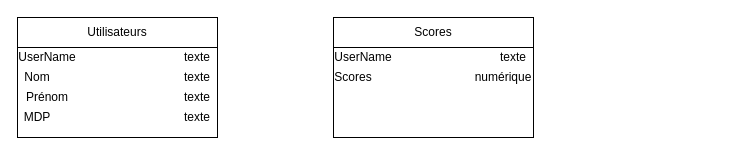
This is DOC/MCD/MCD bataille navale.drawio from JonatanPERRET/Bataille.Navale, a draw.io file, before an edit. Source tidied: cells renumbered, new cells numbered last; positions are measured from the earlier drawing's top-left corner, leaving out a move shared by most shapes. Both pictures are drawn from the tidied source at 100%, with x=0, y=0 at pixel (17, 17).
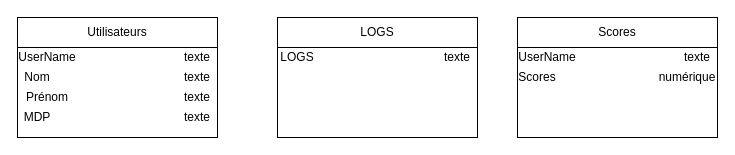
After the change.

The edit, as a diff of the source:
```diff
@@
     <mxCell id="13" style="rounded=0;whiteSpace=wrap;html=1;" parent="1" vertex="1">
-      <mxGeometry x="316" y="30" width="200" height="90" as="geometry" />
+      <mxGeometry x="500" y="30" width="200" height="90" as="geometry" />
     </mxCell>
     <mxCell id="14" style="rounded=0;whiteSpace=wrap;html=1;" parent="1" vertex="1">
-      <mxGeometry x="316" width="200" height="30" as="geometry" />
+      <mxGeometry x="500" width="200" height="30" as="geometry" />
     </mxCell>
     <mxCell id="15" value="Scores" style="text;html=1;strokeColor=none;fillColor=none;align=center;verticalAlign=middle;whiteSpace=wrap;rounded=0;" parent="1" vertex="1">
-      <mxGeometry x="396" y="5" width="40" height="20" as="geometry" />
+      <mxGeometry x="580" y="5" width="40" height="20" as="geometry" />
     </mxCell>
     <mxCell id="16" value="UserName" style="text;html=1;strokeColor=none;fillColor=none;align=center;verticalAlign=middle;whiteSpace=wrap;rounded=0;" parent="1" vertex="1">
-      <mxGeometry x="326" y="30" width="40" height="20" as="geometry" />
+      <mxGeometry x="510" y="30" width="40" height="20" as="geometry" />
     </mxCell>
     <mxCell id="17" value="Scores" style="text;html=1;strokeColor=none;fillColor=none;align=center;verticalAlign=middle;whiteSpace=wrap;rounded=0;" parent="1" vertex="1">
-      <mxGeometry x="316" y="50" width="40" height="20" as="geometry" />
+      <mxGeometry x="500" y="50" width="40" height="20" as="geometry" />
     </mxCell>
     <mxCell id="18" value="texte" style="text;html=1;strokeColor=none;fillColor=none;align=center;verticalAlign=middle;whiteSpace=wrap;rounded=0;" parent="1" vertex="1">
-      <mxGeometry x="476" y="30" width="40" height="20" as="geometry" />
+      <mxGeometry x="660" y="30" width="40" height="20" as="geometry" />
     </mxCell>
     <mxCell id="19" value="numérique" style="text;html=1;strokeColor=none;fillColor=none;align=center;verticalAlign=middle;whiteSpace=wrap;rounded=0;" parent="1" vertex="1">
-      <mxGeometry x="466" y="50" width="40" height="20" as="geometry" />
+      <mxGeometry x="650" y="50" width="40" height="20" as="geometry" />
     </mxCell>
+    <mxCell id="20" style="rounded=0;whiteSpace=wrap;html=1;" parent="1" vertex="1">
+      <mxGeometry x="260" y="30" width="200" height="90" as="geometry" />
+    </mxCell>
+    <mxCell id="21" style="rounded=0;whiteSpace=wrap;html=1;" parent="1" vertex="1">
+      <mxGeometry x="260" width="200" height="30" as="geometry" />
+    </mxCell>
+    <mxCell id="22" value="LOGS" style="text;html=1;strokeColor=none;fillColor=none;align=center;verticalAlign=middle;whiteSpace=wrap;rounded=0;" parent="1" vertex="1">
+      <mxGeometry x="340" y="5" width="40" height="20" as="geometry" />
+    </mxCell>
+    <mxCell id="23" value="LOGS" style="text;html=1;strokeColor=none;fillColor=none;align=center;verticalAlign=middle;whiteSpace=wrap;rounded=0;" parent="1" vertex="1">
+      <mxGeometry x="260" y="30" width="40" height="20" as="geometry" />
+    </mxCell>
+    <mxCell id="24" value="texte" style="text;html=1;strokeColor=none;fillColor=none;align=center;verticalAlign=middle;whiteSpace=wrap;rounded=0;" parent="1" vertex="1">
+      <mxGeometry x="420" y="30" width="40" height="20" as="geometry" />
+    </mxCell>
```
